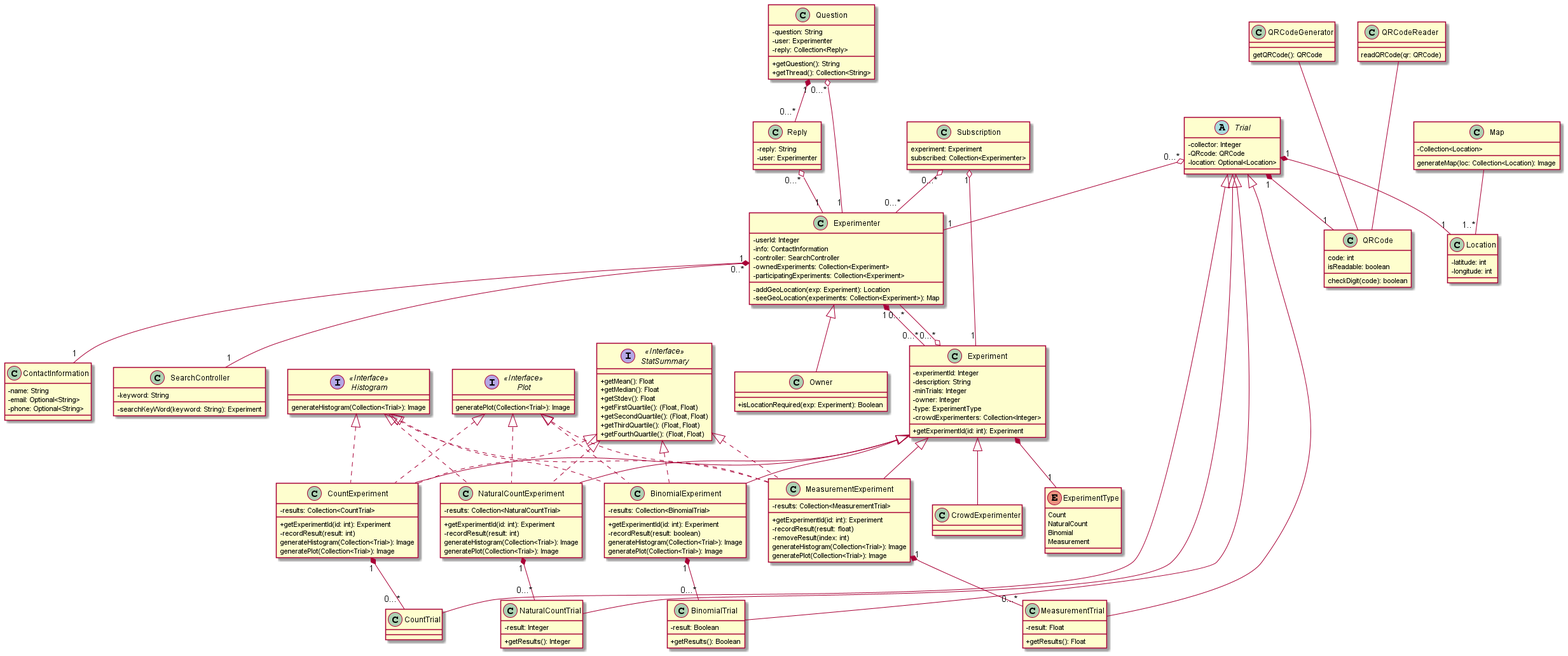
The PlantUML diagram UML/UML.png in CMPUT301W21T03/Experiment-Automata, before a commit.
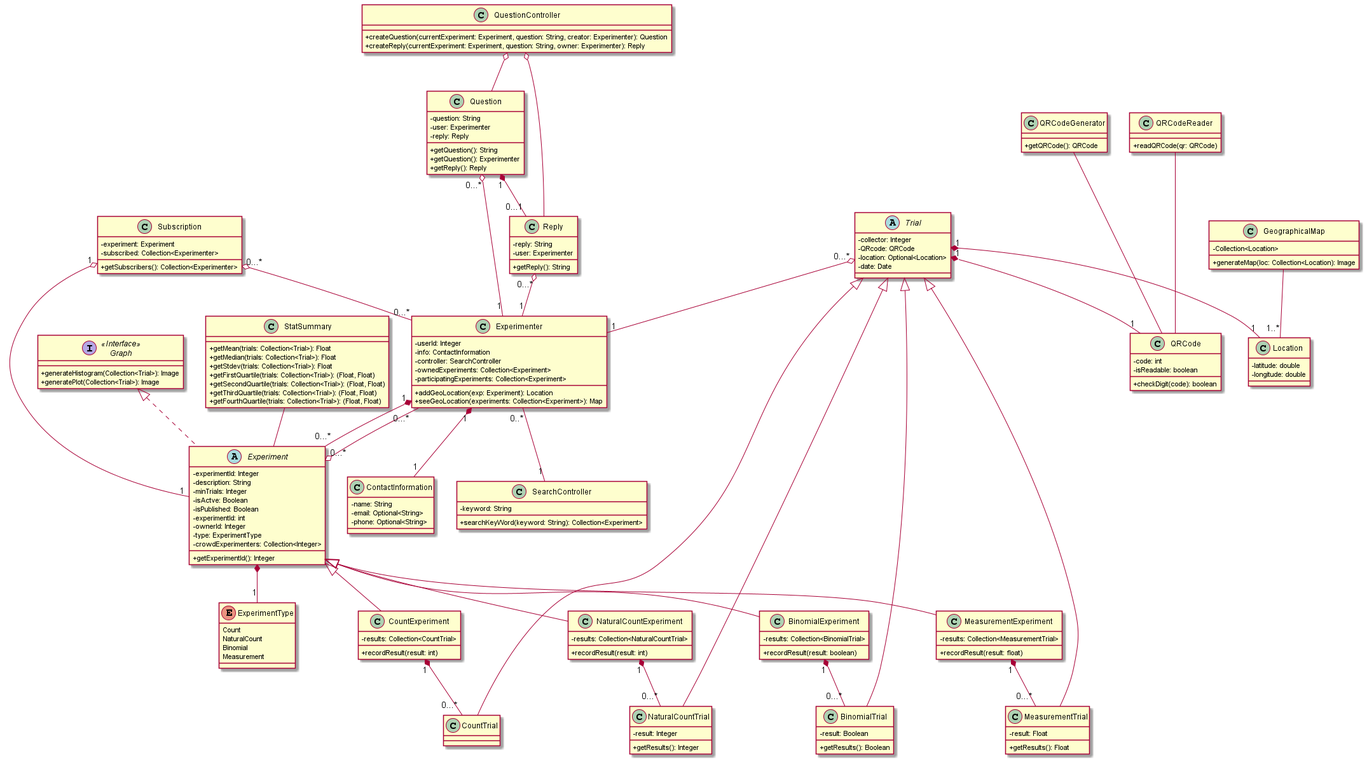
Above is the later version.

Commit message:
Hello Jordan, I made some changes

The edit, as a diff of the source:
```diff
@@ -7,34 +7,34 @@
     -controller: SearchController
     -ownedExperiments: Collection<Experiment>
     -participatingExperiments: Collection<Experiment>
-    -addGeoLocation(exp: Experiment): Location
-    -seeGeoLocation(experiments: Collection<Experiment>): Map
-}
-
-
-class Owner extends Experimenter {
-  +isLocationRequired(exp: Experiment): Boolean
-}
-
-class CrowdExperimenter extends Experiment {
+    +addGeoLocation(exp: Experiment): Location
+    +seeGeoLocation(experiments: Collection<Experiment>): Map
 }
 
 class Subscription {
-    experiment: Experiment
-    subscribed: Collection<Experimenter>
+    -experiment: Experiment
+    -subscribed: Collection<Experimenter>
+    +getSubscribers(): Collection<Experimenter>
 }
 
 class Question {
     -question: String
     -user: Experimenter
-    -reply: Collection<Reply>
+    -reply: Reply
     +getQuestion(): String
-    +getThread(): Collection<String>
+    +getQuestion(): Experimenter
+    +getReply(): Reply
 }
 
 class Reply {
     -reply: String
     -user: Experimenter
+    +getReply(): String
+}
+
+class QuestionController {
+    +createQuestion(currentExperiment: Experiment, question: String, creator: Experimenter): Question
+    +createReply(currentExperiment: Experiment, question: String, owner: Experimenter): Reply
 }
 
 enum ExperimentType {
@@ -44,55 +44,57 @@
     Measurement
 }
 
-class Experiment {
+abstract class Experiment implements Graph {
     -experimentId: Integer
     -description: String
     -minTrials: Integer
-    -owner: Integer
+    -isActve: Boolean
+    -isPublished: Boolean
+    -experimentId: int
+    -ownerId: Integer
     -type: ExperimentType
     -crowdExperimenters: Collection<Integer>
-    +getExperimentId(id: int): Experiment
+    +getExperimentId(): Integer
 }
 
 
 
 class CountExperiment extends Experiment {
     -results: Collection<CountTrial>
-    +getExperimentId(id: int): Experiment
-    -recordResult(result: int)
-    generateHistogram(Collection<Trial>): Image
-    generatePlot(Collection<Trial>): Image
+    +recordResult(result: int)
 }
 
 class NaturalCountExperiment extends Experiment {
     -results: Collection<NaturalCountTrial>
-    +getExperimentId(id: int): Experiment
-    -recordResult(result: int)
-    generateHistogram(Collection<Trial>): Image
-    generatePlot(Collection<Trial>): Image
+    +recordResult(result: int)
 }
 
 class BinomialExperiment extends Experiment {
     -results: Collection<BinomialTrial>
-    +getExperimentId(id: int): Experiment
-    -recordResult(result: boolean)
-    generateHistogram(Collection<Trial>): Image
-    generatePlot(Collection<Trial>): Image
+    +recordResult(result: boolean)
 }
 
 class MeasurementExperiment extends Experiment {
     -results: Collection<MeasurementTrial>
-    +getExperimentId(id: int): Experiment
-    -recordResult(result: float)
-    -removeResult(index: int)
-    generateHistogram(Collection<Trial>): Image
-    generatePlot(Collection<Trial>): Image
+    +recordResult(result: float)
+}
+
+class StatSummary {
+    +getMean(trials: Collection<Trial>): Float
+    +getMedian(trials: Collection<Trial>): Float
+    +getStdev(trials: Collection<Trial>): Float
+    +getFirstQuartile(trials: Collection<Trial>): (Float, Float)
+    +getSecondQuartile(trials: Collection<Trial>): (Float, Float)
+    +getThirdQuartile(trials: Collection<Trial>): (Float, Float)
+    +getFourthQuartile(trials: Collection<Trial>): (Float, Float)
+
 }
 
 abstract class Trial {
     -collector: Integer
     -QRcode: QRCode
     -location: Optional<Location>
+    -date: Date
 }
 
 class CountTrial extends Trial {
@@ -114,47 +116,35 @@
 }
 
 class QRCodeGenerator {
-    getQRCode(): QRCode
+    +getQRCode(): QRCode
 }
 
 class QRCodeReader {
-    readQRCode(qr: QRCode)
+    +readQRCode(qr: QRCode)
 }
 
 class QRCode {
-    code: int
-    isReadable: boolean
-    checkDigit(code): boolean
+    -code: int
+    -isReadable: boolean
+    +checkDigit(code): boolean
 }
 
 class Location {
-  -latitude: int
-  -longitude: int
+  -latitude: double
+  -longitude: double
 }
 
-class Map{
+class GeographicalMap{
  -Collection<Location>
- generateMap(loc: Collection<Location): Image
+ +generateMap(loc: Collection<Location): Image
 }
 
-Map -- "1..*" Location
+GeographicalMap -- "1..*" Location
 
-interface "Histogram" as Histogram << Interface >> {
-  generateHistogram(Collection<Trial>): Image
-}
 
-interface "Plot" as Plot <<Interface>> {
-  generatePlot(Collection<Trial>): Image
-}
-
-Interface "StatSummary" as StatSummary <<Interface>> {
-    +getMean(): Float
-    +getMedian(): Float
-    +getStdev(): Float
-    +getFirstQuartile(): (Float, Float)
-    +getSecondQuartile(): (Float, Float)
-    +getThirdQuartile(): (Float, Float)
-    +getFourthQuartile(): (Float, Float)
+interface "Graph" as Graph <<Interface>>> {
+    +generateHistogram(Collection<Trial>): Image
+    +generatePlot(Collection<Trial>): Image
 }
 
 class ContactInformation {
@@ -165,7 +155,7 @@
 
 class SearchController {
     -keyword: String
-    -searchKeyWord(keyword: String): Experiment
+    +searchKeyWord(keyword: String): Collection<Experiment>
 }
 
 Experimenter "1" *-- "1" ContactInformation
@@ -175,7 +165,7 @@
 Subscription "1" o-- "1" Experiment
 
 Question "0...*" o-- "1" Experimenter
-Question "1" *-- "0...*" Reply
+Question "1" *-- "0...1" Reply
 
 Reply "0...*" o-- "1" Experimenter
 
@@ -199,23 +189,13 @@
 
 Experiment *-- "1" ExperimentType
 
-class MeasurementExperiment implements StatSummary
-class BinomialExperiment implements StatSummary
-class NaturalCountExperiment implements StatSummary
-class CountExperiment implements StatSummary
-
-class MeasurementExperiment implements Histogram
-class BinomialExperiment implements Histogram
-class NaturalCountExperiment implements Histogram
-class CountExperiment implements Histogram
-
-class MeasurementExperiment implements Plot
-class BinomialExperiment implements Plot
-class NaturalCountExperiment implements Plot
-class CountExperiment implements Plot
-
 
 Experimenter "0..*" -- "1" SearchController
 
+QuestionController  o-- Question
+QuestionController o-- Reply
+
+StatSummary -- Experiment
+
 
 @enduml
```
